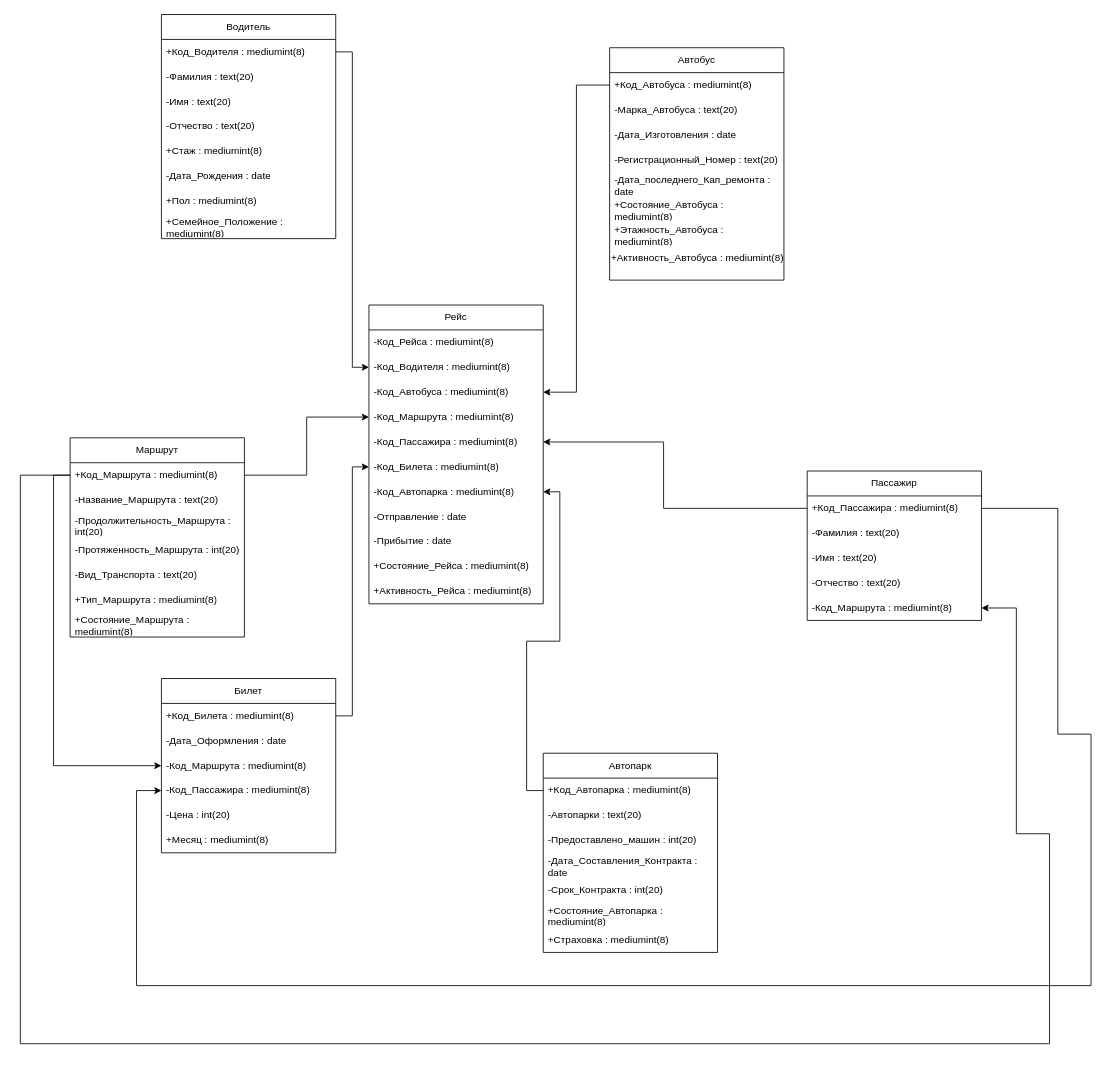
Earlier version of the draw.io diagram Диаграмма без названияfaf.drawio (L0g1sT/Raports.PZ.). Source tidied: cells renumbered, new cells numbered last; positions are measured from the earlier drawing's top-left corner, leaving out a move shared by most shapes. Both pictures are drawn from the tidied source at 83%, with x=0, y=0 at pixel (20, 14).
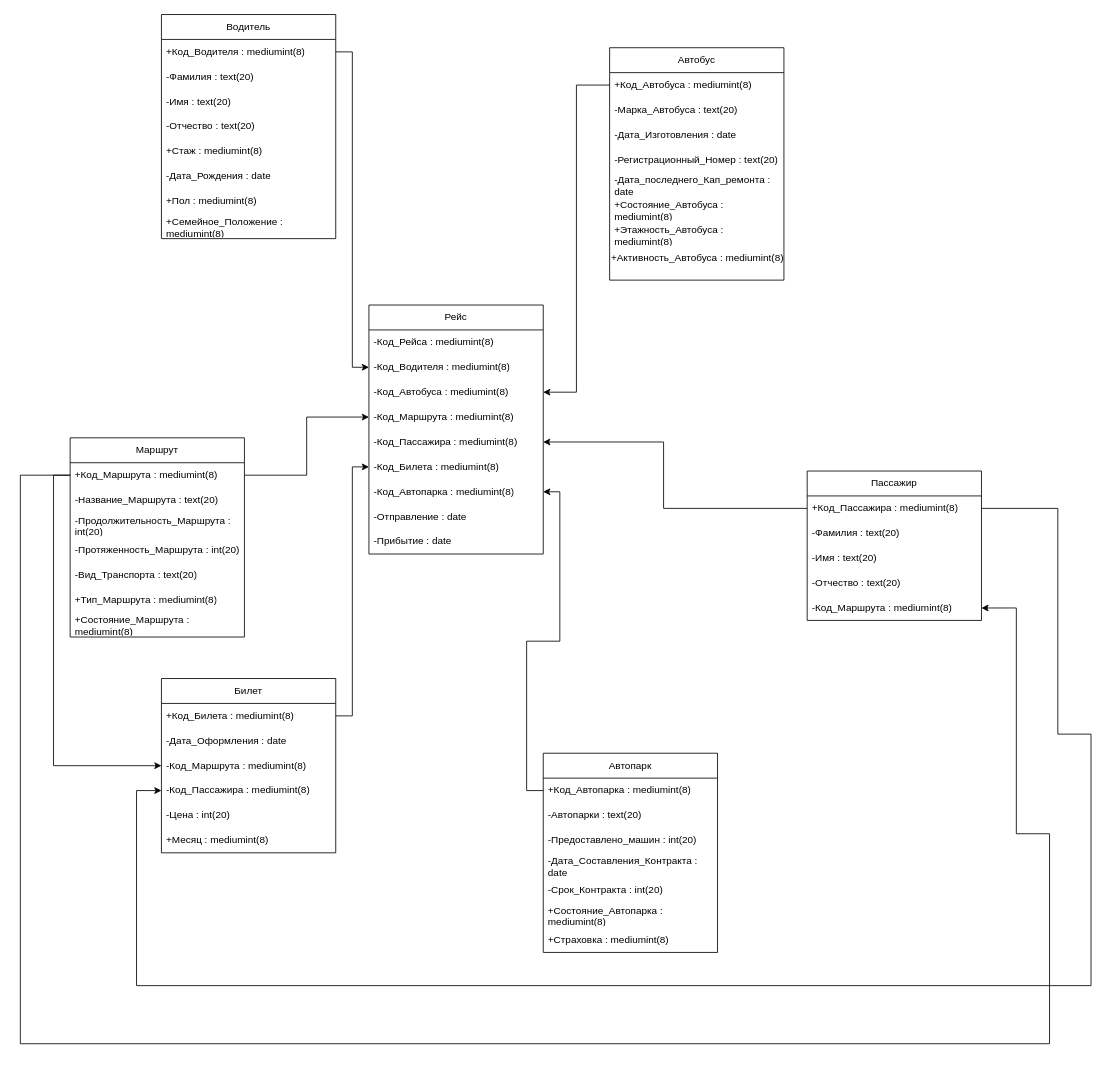
The same page after the edit.

The edit, as a diff of the source:
```diff
@@
     <mxCell id="49" value="Рейс" style="swimlane;fontStyle=0;horizontal=1;startSize=30;whiteSpace=wrap;html=1;" parent="1" vertex="1">
-      <mxGeometry x="420" y="350" width="210" height="360" as="geometry" />
+      <mxGeometry x="420" y="350" width="210" height="300" as="geometry" />
     </mxCell>
@@
-    <mxCell id="59" value="+Состояние_Рейса&amp;nbsp;: mediumint(8)" style="text;strokeColor=none;fillColor=none;align=left;verticalAlign=middle;spacingLeft=4;spacingRight=4;overflow=hidden;whiteSpace=wrap;html=1;" parent="49" vertex="1">
-      <mxGeometry y="300" width="210" height="30" as="geometry" />
-    </mxCell>
-    <mxCell id="60" value="+Активность_Рейса&amp;nbsp;: mediumint(8)" style="text;strokeColor=none;fillColor=none;align=left;verticalAlign=middle;spacingLeft=4;spacingRight=4;overflow=hidden;whiteSpace=wrap;html=1;" parent="49" vertex="1">
-      <mxGeometry y="330" width="210" height="30" as="geometry" />
-    </mxCell>
```
